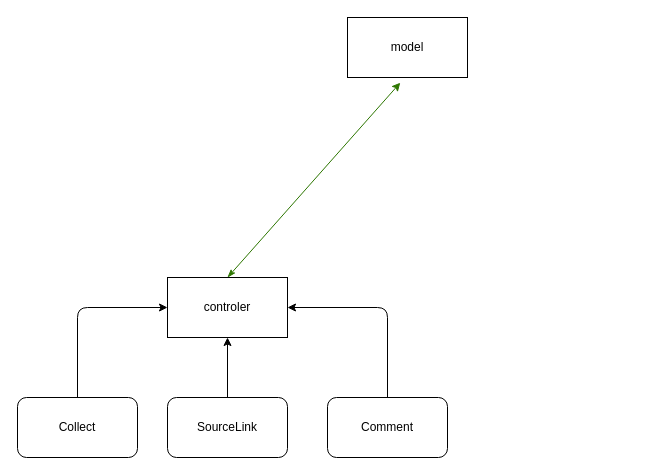
The draw.io diagram docs/controler/overview.drawio in tower-town/Koala-Hacker-News, before the edit. Source tidied: cells renumbered, new cells numbered last; positions are measured from the earlier drawing's top-left corner, leaving out a move shared by most shapes. Both pictures are drawn from the tidied source at 100%, with x=0, y=0 at pixel (17, 17).
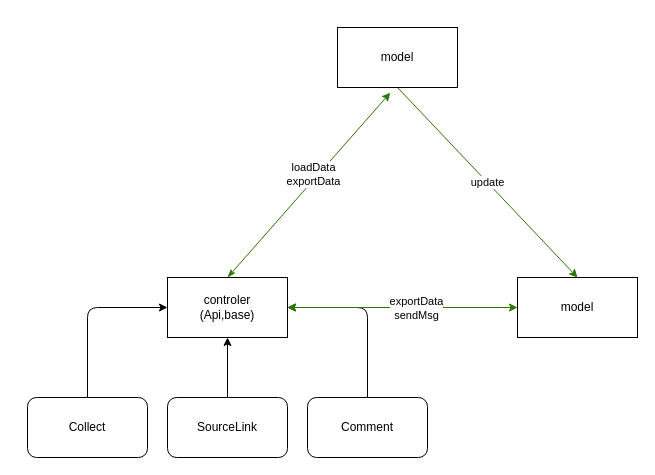
Above is the later version.

Diff of the diagram source:
```diff
@@
 <mxGraphModel>
   <root>
     <mxCell id="0" />
     <mxCell id="1" parent="0" />
     <mxCell id="2" style="edgeStyle=none;html=1;exitX=0.5;exitY=0;exitDx=0;exitDy=0;startArrow=classicThin;startFill=1;fillColor=#60a917;strokeColor=#2D7600;entryX=0.44;entryY=1.087;entryDx=0;entryDy=0;entryPerimeter=0;" parent="1" edge="1" source="3" target="10">
       <mxGeometry relative="1" as="geometry" />
     </mxCell>
+    <mxCell id="11" value="loadData&lt;br&gt;exportData" style="edgeLabel;html=1;align=center;verticalAlign=middle;" parent="2" vertex="1">
+      <mxGeometry x="0.09" y="4" relative="1" as="geometry" />
+    </mxCell>
-    <mxCell id="3" value="controler" style="rounded=0;whiteSpace=wrap;html=1;" parent="1" vertex="1">
+    <mxCell id="3" value="controler&lt;br&gt;(Api,base)" style="rounded=0;whiteSpace=wrap;html=1;" parent="1" vertex="1">
       <mxGeometry x="150" y="260" width="120" height="60" as="geometry" />
     </mxCell>
     <mxCell id="4" style="edgeStyle=orthogonalEdgeStyle;html=1;exitX=0.5;exitY=0;exitDx=0;exitDy=0;entryX=0;entryY=0.5;entryDx=0;entryDy=0;" parent="1" edge="1" source="5" target="3">
       <mxGeometry relative="1" as="geometry" />
     </mxCell>
     <mxCell id="5" value="Collect" style="rounded=1;whiteSpace=wrap;html=1;" parent="1" vertex="1">
-      <mxGeometry y="380" width="120" height="60" as="geometry" />
+      <mxGeometry x="10" y="380" width="120" height="60" as="geometry" />
     </mxCell>
     <mxCell id="6" style="edgeStyle=orthogonalEdgeStyle;html=1;exitX=0.5;exitY=0;exitDx=0;exitDy=0;entryX=1;entryY=0.5;entryDx=0;entryDy=0;" parent="1" edge="1" source="7" target="3">
-      <mxGeometry relative="1" as="geometry" />
+      <mxGeometry relative="1" as="geometry">
+        <Array as="points">
+          <mxPoint x="350" y="380" />
+          <mxPoint x="350" y="290" />
+        </Array>
+      </mxGeometry>
     </mxCell>
     <mxCell id="7" value="Comment" style="rounded=1;whiteSpace=wrap;html=1;" parent="1" vertex="1">
-      <mxGeometry x="310" y="380" width="120" height="60" as="geometry" />
+      <mxGeometry x="290" y="380" width="120" height="60" as="geometry" />
     </mxCell>
     <mxCell id="8" style="edgeStyle=orthogonalEdgeStyle;html=1;exitX=0.5;exitY=0;exitDx=0;exitDy=0;entryX=0.5;entryY=1;entryDx=0;entryDy=0;" parent="1" edge="1" source="9" target="3">
       <mxGeometry relative="1" as="geometry" />
     </mxCell>
     <mxCell id="9" value="SourceLink" style="rounded=1;whiteSpace=wrap;html=1;" parent="1" vertex="1">
       <mxGeometry x="150" y="380" width="120" height="60" as="geometry" />
     </mxCell>
+    <mxCell id="12" value="update" style="edgeStyle=none;html=1;exitX=0.5;exitY=1;exitDx=0;exitDy=0;entryX=0.5;entryY=0;entryDx=0;entryDy=0;fillColor=#60a917;strokeColor=#2D7600;" parent="1" edge="1" source="10" target="15">
+      <mxGeometry relative="1" as="geometry" />
+    </mxCell>
     <mxCell id="10" value="model" style="rounded=0;whiteSpace=wrap;html=1;" parent="1" vertex="1">
-      <mxGeometry x="330" width="120" height="60" as="geometry" />
+      <mxGeometry x="320" y="10" width="120" height="60" as="geometry" />
     </mxCell>
+    <mxCell id="13" style="edgeStyle=none;html=1;exitX=0;exitY=0.5;exitDx=0;exitDy=0;entryX=1;entryY=0.5;entryDx=0;entryDy=0;fillColor=#60a917;strokeColor=#2D7600;startArrow=classic;startFill=1;" parent="1" edge="1" source="15" target="3">
+      <mxGeometry relative="1" as="geometry" />
+    </mxCell>
+    <mxCell id="14" value="exportData&lt;br&gt;sendMsg" style="edgeLabel;html=1;align=center;verticalAlign=middle;" parent="13" vertex="1">
+      <mxGeometry x="-0.11" y="4" relative="1" as="geometry">
+        <mxPoint y="-4" as="offset" />
+      </mxGeometry>
+    </mxCell>
+    <mxCell id="15" value="model" style="rounded=0;whiteSpace=wrap;html=1;" parent="1" vertex="1">
+      <mxGeometry x="500" y="260" width="120" height="60" as="geometry" />
+    </mxCell>
   </root>
 </mxGraphModel>
```
